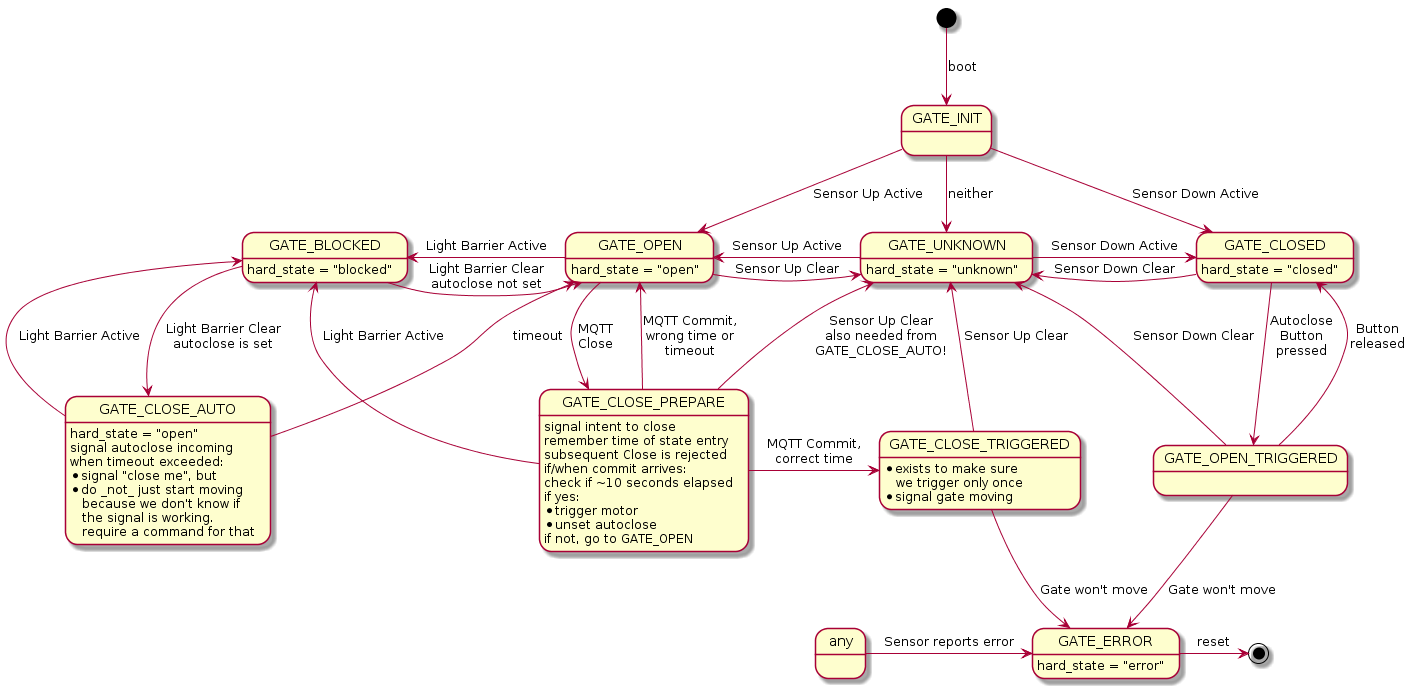
Earlier version of the PlantUML export docs/statemachine.png (Svedrin/gatecontrol).
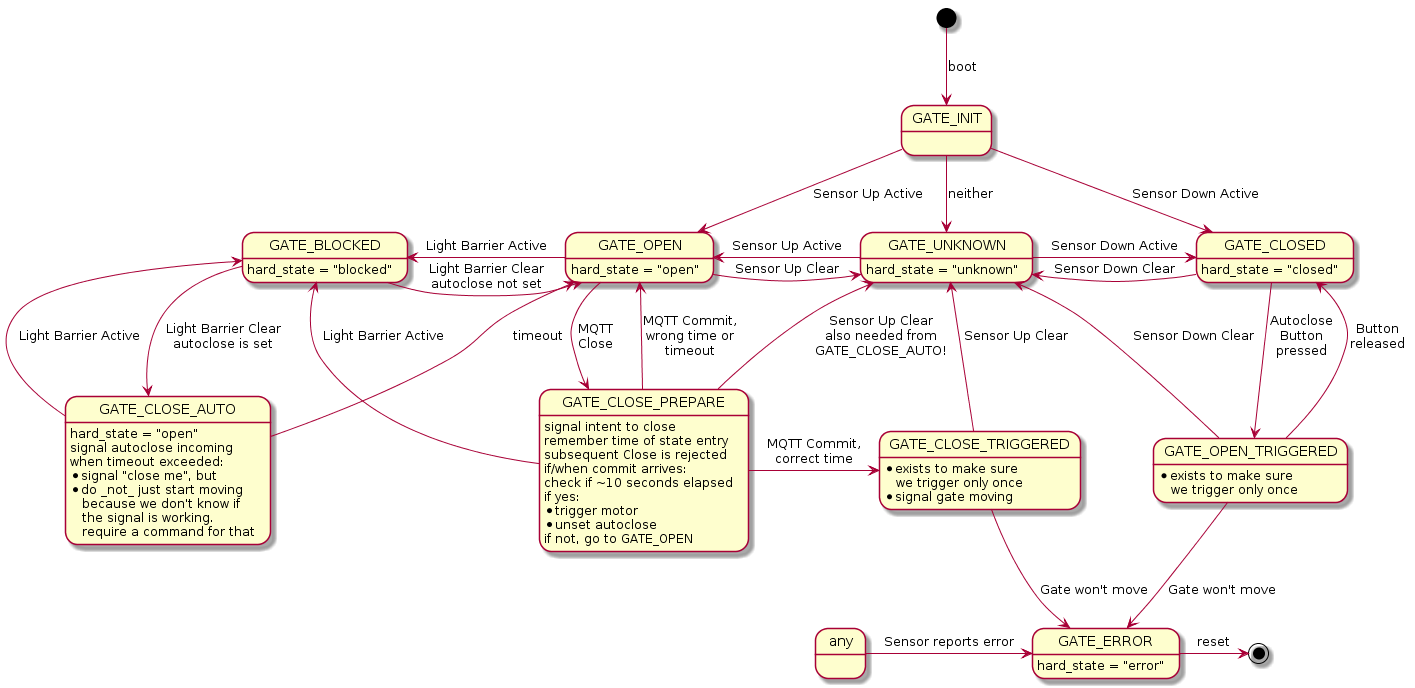
The same file after the commit.

What changed in the source:
```diff
@@ -58,6 +58,7 @@
 GATE_OPEN_TRIGGERED -up->   GATE_CLOSED         : Button\nreleased
 GATE_OPEN_TRIGGERED -up->   GATE_UNKNOWN        : Sensor Down Clear
 GATE_OPEN_TRIGGERED -down-> GATE_ERROR          : Gate won't move
+GATE_OPEN_TRIGGERED: * exists to make sure\n   we trigger only once
 
 any -right-> GATE_ERROR : Sensor reports error
 
```
